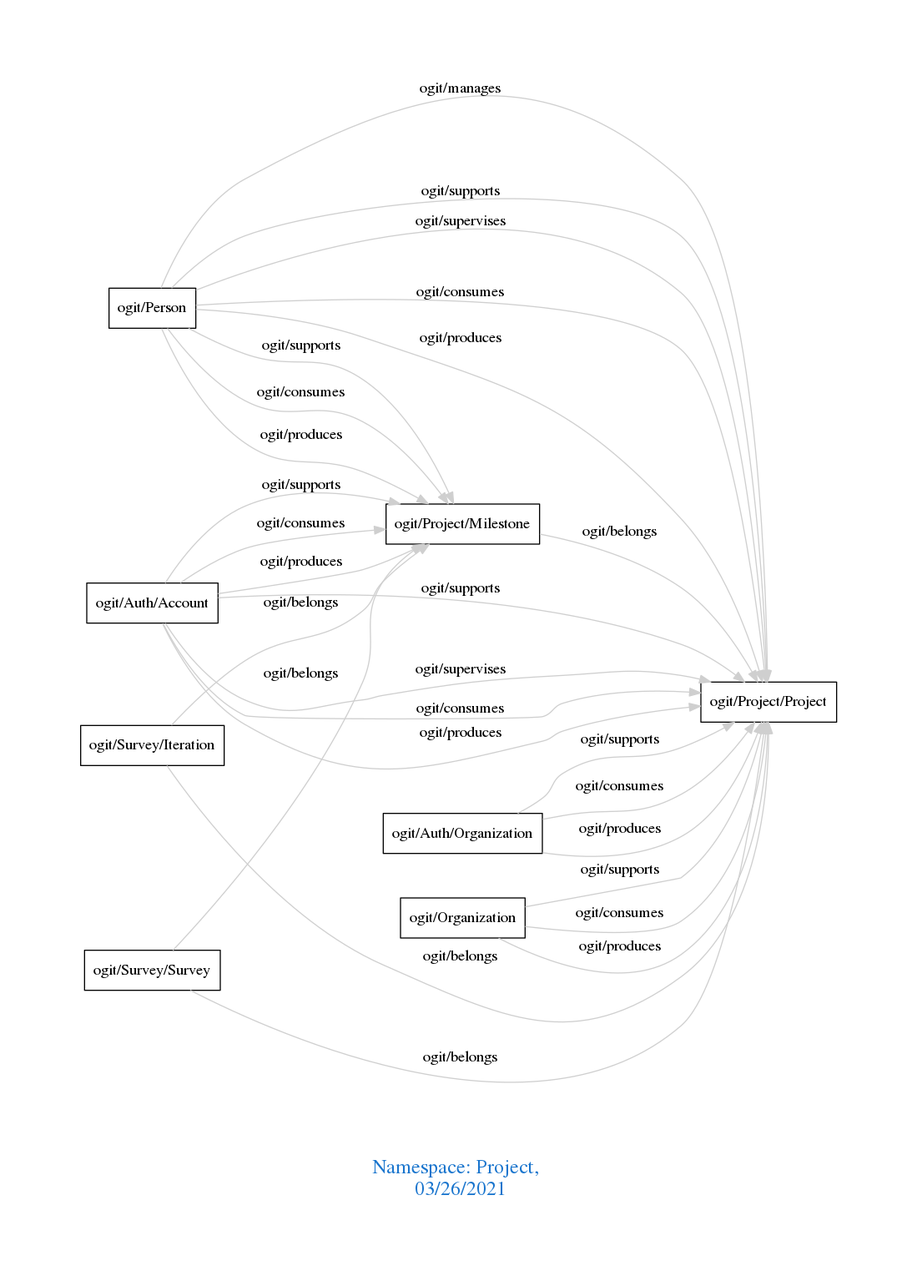
This is downloads/Project.png from arago/OGIT, a Graphviz export, as it was before one commit. Its source is kept beside it as downloads/Project.dot.
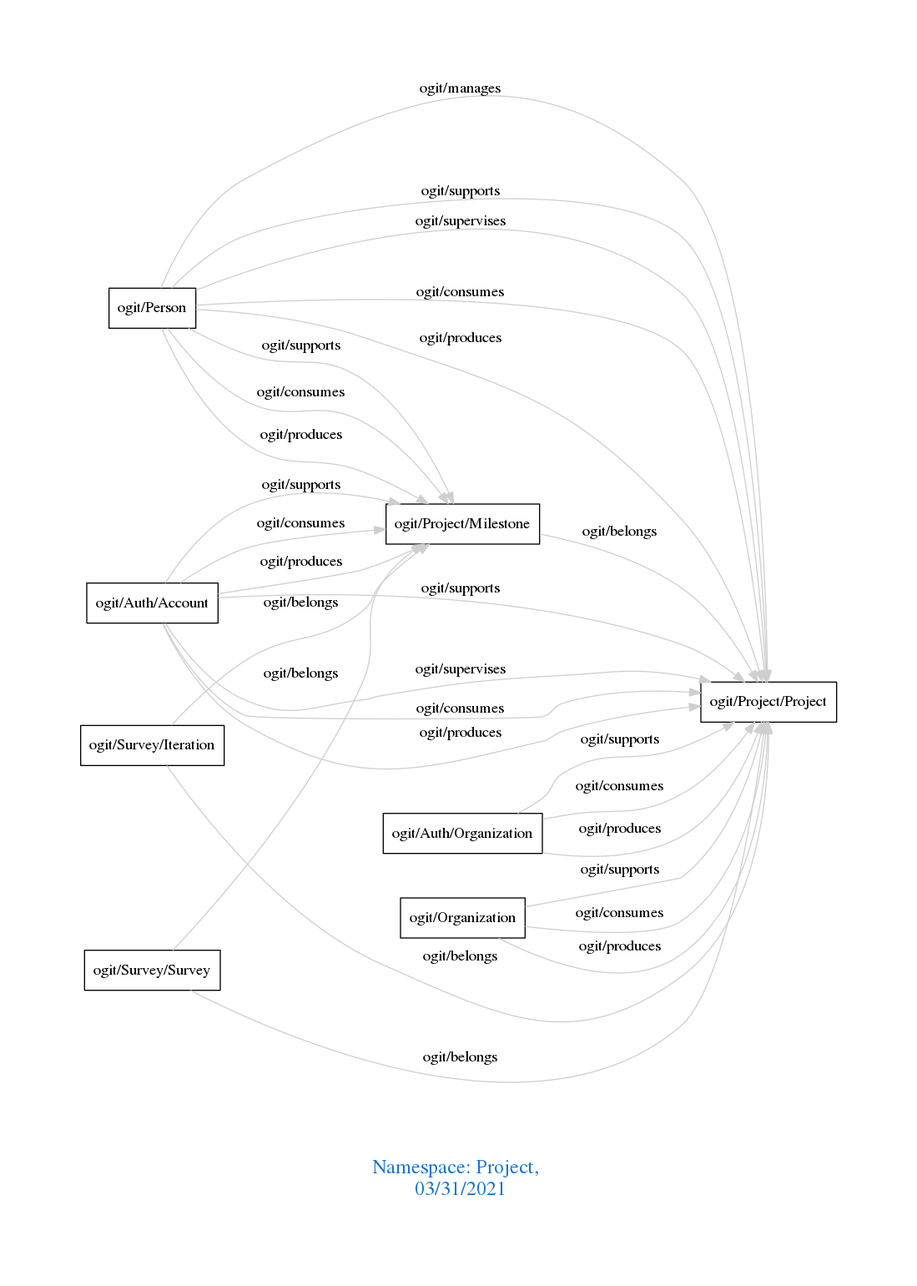
Later version of the same file.

Diff of the diagram source:
```diff
@@ -1,7 +1,7 @@
 digraph OGIT_ontology {
  graph [ rankdir= LR,pad=1
 fontsize = 18,
-fontcolor= dodgerblue3,label = "\n\n\nNamespace: Project, \n 03/26/2021"];
+fontcolor= dodgerblue3,label = "\n\n\nNamespace: Project, \n 03/31/2021"];
 node[shape=polygon];
 edge [  color="gray81"];
 
```
